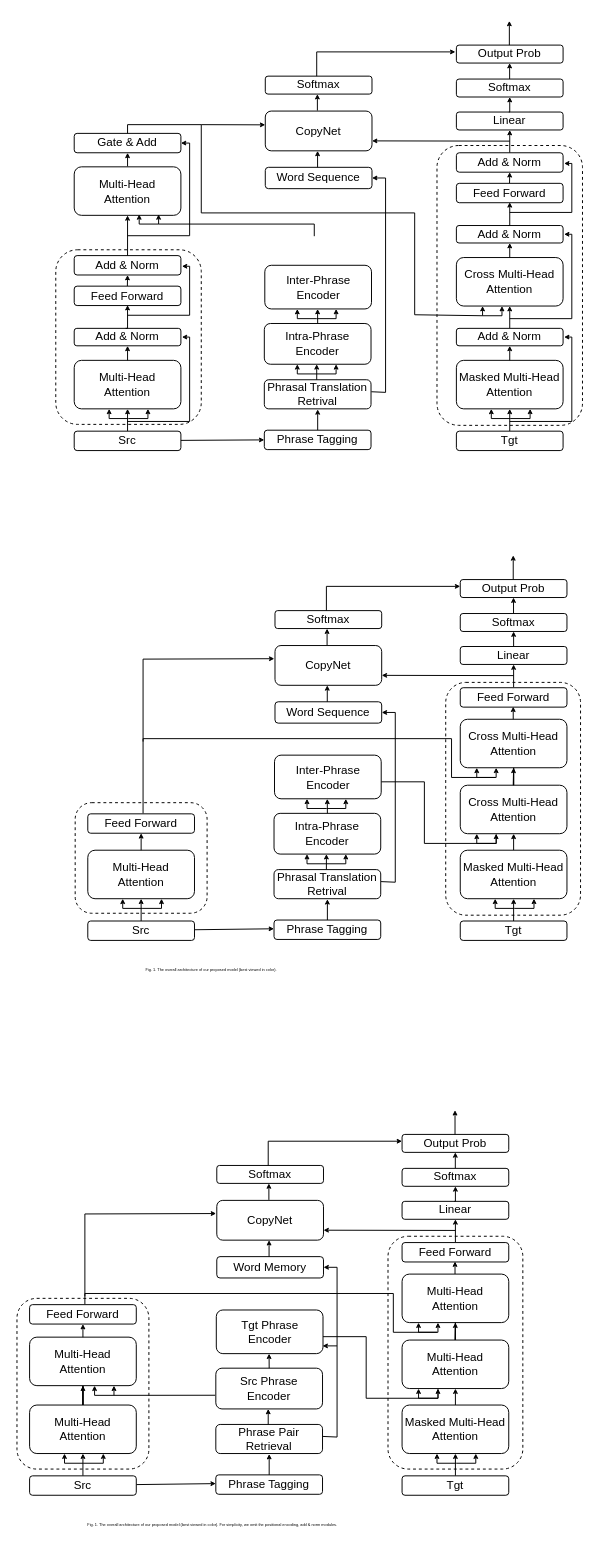
Before: phraseNMT.drawio in lizezhonglaile/drawio, a draw.io diagram. Source tidied: cells renumbered, new cells numbered last; positions are measured from the earlier drawing's top-left corner, leaving out a move shared by most shapes. Both pictures are drawn from the tidied source at 97%, with x=0, y=0 at pixel (16, 20).
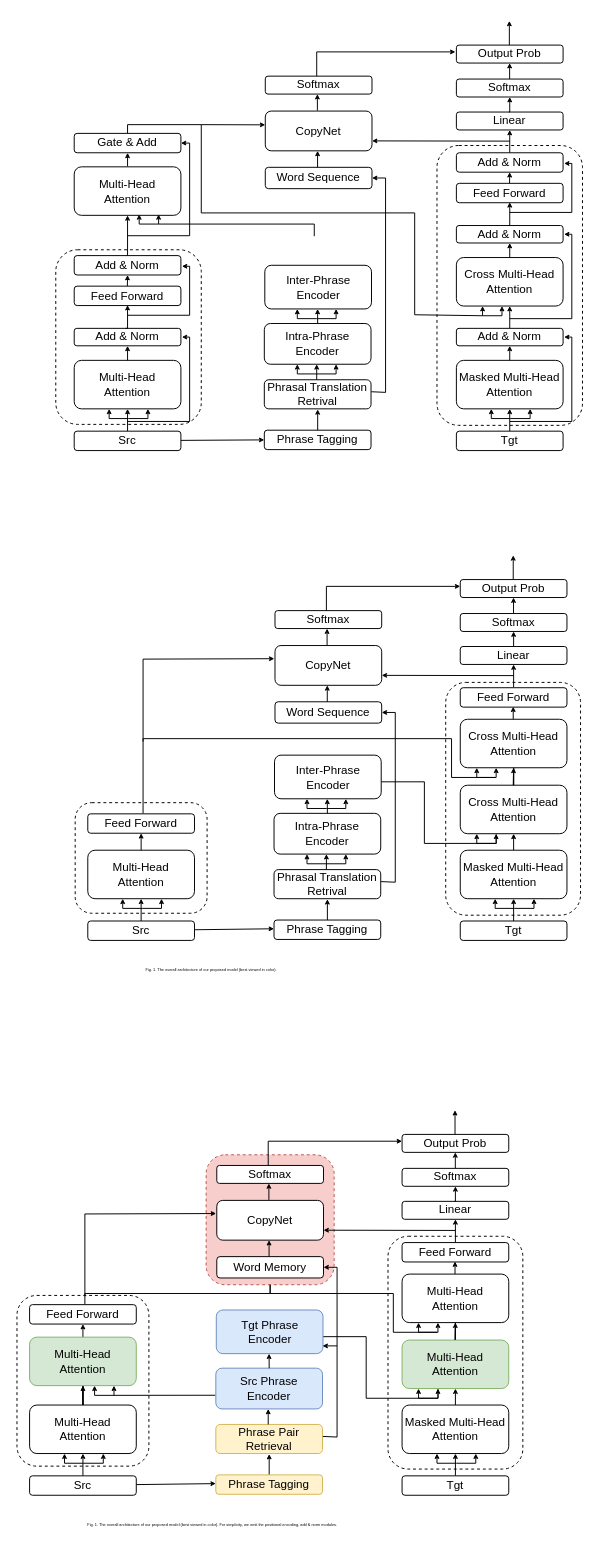
After the change.

What changed in the source:
```diff
@@
+    <mxCell id="174" style="rounded=1;whiteSpace=wrap;html=1;fontSize=4;dashed=1;fillColor=#f8cecc;strokeColor=#b85450;fillOpacity=100;strokeOpacity=100;" parent="1" vertex="1">
+      <mxGeometry x="195" y="1169" width="132" height="134" as="geometry" />
+    </mxCell>
@@
-    <mxCell id="123" value="Phrase Pair&lt;br&gt;Retrieval" style="rounded=1;whiteSpace=wrap;html=1;" parent="1" vertex="1">
+    <mxCell id="123" value="Phrase Pair&lt;br&gt;Retrieval" style="rounded=1;whiteSpace=wrap;html=1;fillColor=#fff2cc;strokeColor=#d6b656;" parent="1" vertex="1">
       <mxGeometry x="205" y="1447" width="110" height="30" as="geometry" />
     </mxCell>
@@
     <mxCell id="128" style="rounded=1;whiteSpace=wrap;html=1;fontSize=4;dashed=1;fillColor=none;" parent="1" vertex="1">
-      <mxGeometry y="1317" width="136" height="176" as="geometry" />
+      <mxGeometry y="1314" width="136" height="176" as="geometry" />
     </mxCell>
@@
-    <mxCell id="131" value="Src Phrase&lt;br&gt;Encoder" style="rounded=1;whiteSpace=wrap;html=1;" parent="1" vertex="1">
+    <mxCell id="131" value="Src Phrase&lt;br&gt;Encoder" style="rounded=1;whiteSpace=wrap;html=1;fillColor=#dae8fc;strokeColor=#6c8ebf;" parent="1" vertex="1">
       <mxGeometry x="205" y="1389" width="110" height="42" as="geometry" />
     </mxCell>
@@
-    <mxCell id="133" value="Tgt Phrase&lt;br&gt;Encoder" style="rounded=1;whiteSpace=wrap;html=1;" parent="1" vertex="1">
+    <mxCell id="133" value="Tgt Phrase&lt;br&gt;Encoder" style="rounded=1;whiteSpace=wrap;html=1;fillColor=#dae8fc;strokeColor=#6c8ebf;" parent="1" vertex="1">
       <mxGeometry x="205.5" y="1329" width="110" height="45" as="geometry" />
     </mxCell>
@@
-    <mxCell id="143" value="Phrase Tagging" style="rounded=1;whiteSpace=wrap;html=1;" parent="1" vertex="1">
+    <mxCell id="143" value="Phrase Tagging" style="rounded=1;whiteSpace=wrap;html=1;fillColor=#fff2cc;strokeColor=#d6b656;" parent="1" vertex="1">
       <mxGeometry x="205" y="1499" width="110" height="20" as="geometry" />
     </mxCell>
@@
-    <mxCell id="148" value="Multi-Head &lt;br&gt;Attention" style="rounded=1;whiteSpace=wrap;html=1;" parent="1" vertex="1">
+    <mxCell id="148" value="Multi-Head &lt;br&gt;Attention" style="rounded=1;whiteSpace=wrap;html=1;fillColor=#d5e8d4;strokeColor=#82b366;" parent="1" vertex="1">
       <mxGeometry x="397" y="1360" width="110" height="50" as="geometry" />
     </mxCell>
@@
-    <mxCell id="165" style="edgeStyle=orthogonalEdgeStyle;rounded=0;jumpSize=3;orthogonalLoop=1;jettySize=auto;html=1;fontSize=4;startArrow=none;startFill=0;endArrow=none;endFill=0;startSize=3;endSize=3;" parent="1" edge="1">
+    <mxCell id="165" style="edgeStyle=orthogonalEdgeStyle;rounded=0;jumpSize=3;jettySize=auto;html=1;fontSize=4;startArrow=none;startFill=0;endArrow=none;endFill=0;startSize=3;endSize=3;" parent="1" edge="1" source="174">
       <mxGeometry relative="1" as="geometry">
-        <mxPoint x="70" y="1323" as="sourcePoint" />
         <mxPoint x="433" y="1352" as="targetPoint" />
         <Array as="points">
-          <mxPoint x="70" y="1312" />
           <mxPoint x="388" y="1312" />
           <mxPoint x="388" y="1352" />
         </Array>
       </mxGeometry>
     </mxCell>
@@
-    <mxCell id="170" value="Multi-Head &lt;br&gt;Attention" style="rounded=1;whiteSpace=wrap;html=1;" parent="1" vertex="1">
+    <mxCell id="170" value="Multi-Head &lt;br&gt;Attention" style="rounded=1;whiteSpace=wrap;html=1;fillColor=#d5e8d4;strokeColor=#82b366;" parent="1" vertex="1">
       <mxGeometry x="13" y="1357" width="110" height="50" as="geometry" />
     </mxCell>
@@
+    <mxCell id="175" style="edgeStyle=orthogonalEdgeStyle;rounded=0;jumpSize=3;jettySize=auto;html=1;fontSize=4;startArrow=none;startFill=0;endArrow=none;endFill=0;startSize=3;endSize=3;" parent="1" edge="1" target="174">
+      <mxGeometry relative="1" as="geometry">
+        <mxPoint x="70" y="1323" as="sourcePoint" />
+        <Array as="points">
+          <mxPoint x="70" y="1312" />
+        </Array>
+      </mxGeometry>
+    </mxCell>
```
